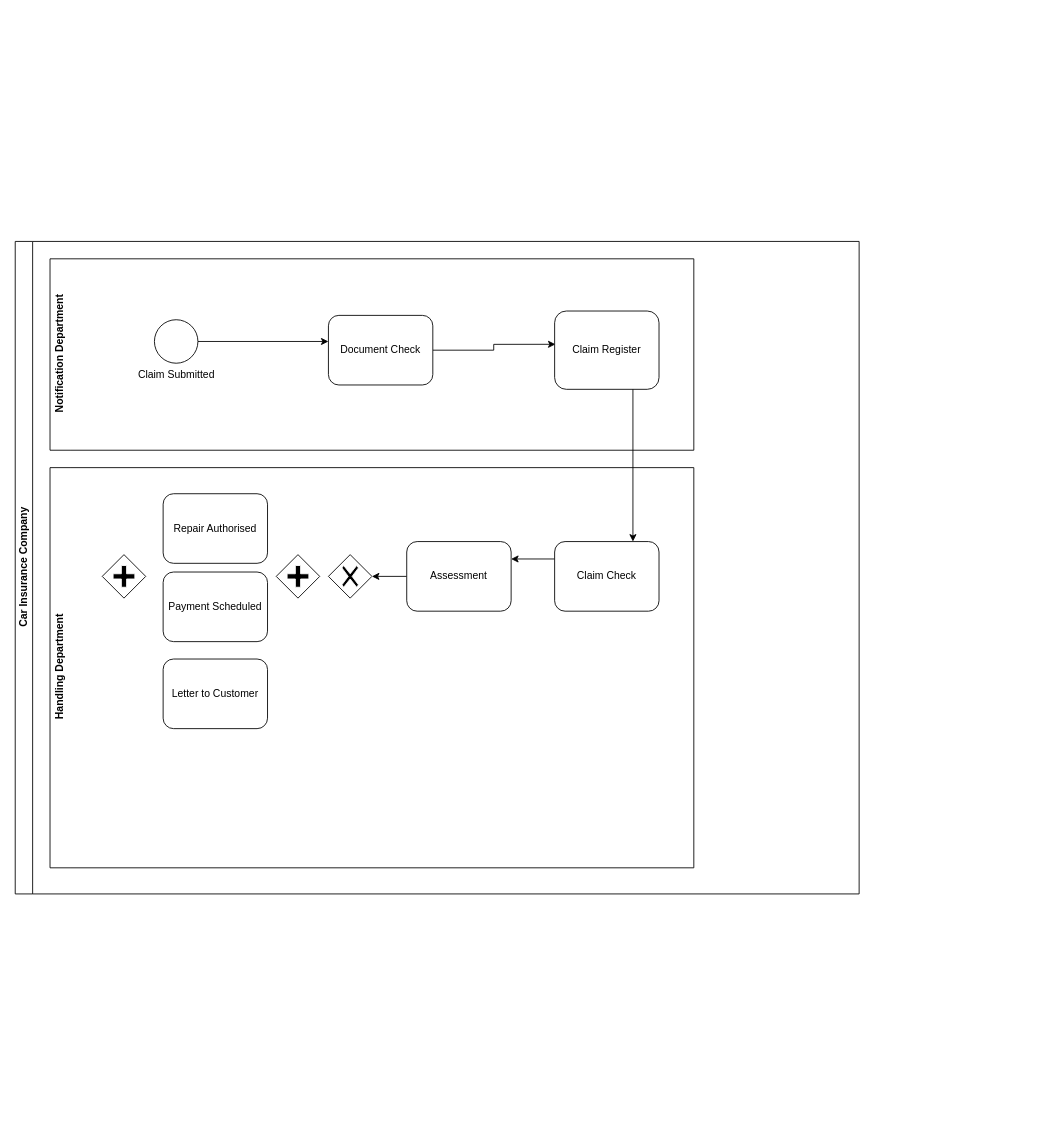
This is page "My Answer" (1 of 2) of Case Study: Informations Artefacts.drawio from cynthiawsy/BPMN, a draw.io file, before an edit. Source tidied: cells renumbered, new cells numbered last; positions are measured from the earlier drawing's top-left corner, leaving out a move shared by most shapes. Both pictures are drawn from the tidied source at 87%, with x=0, y=0 at pixel (15, 241).
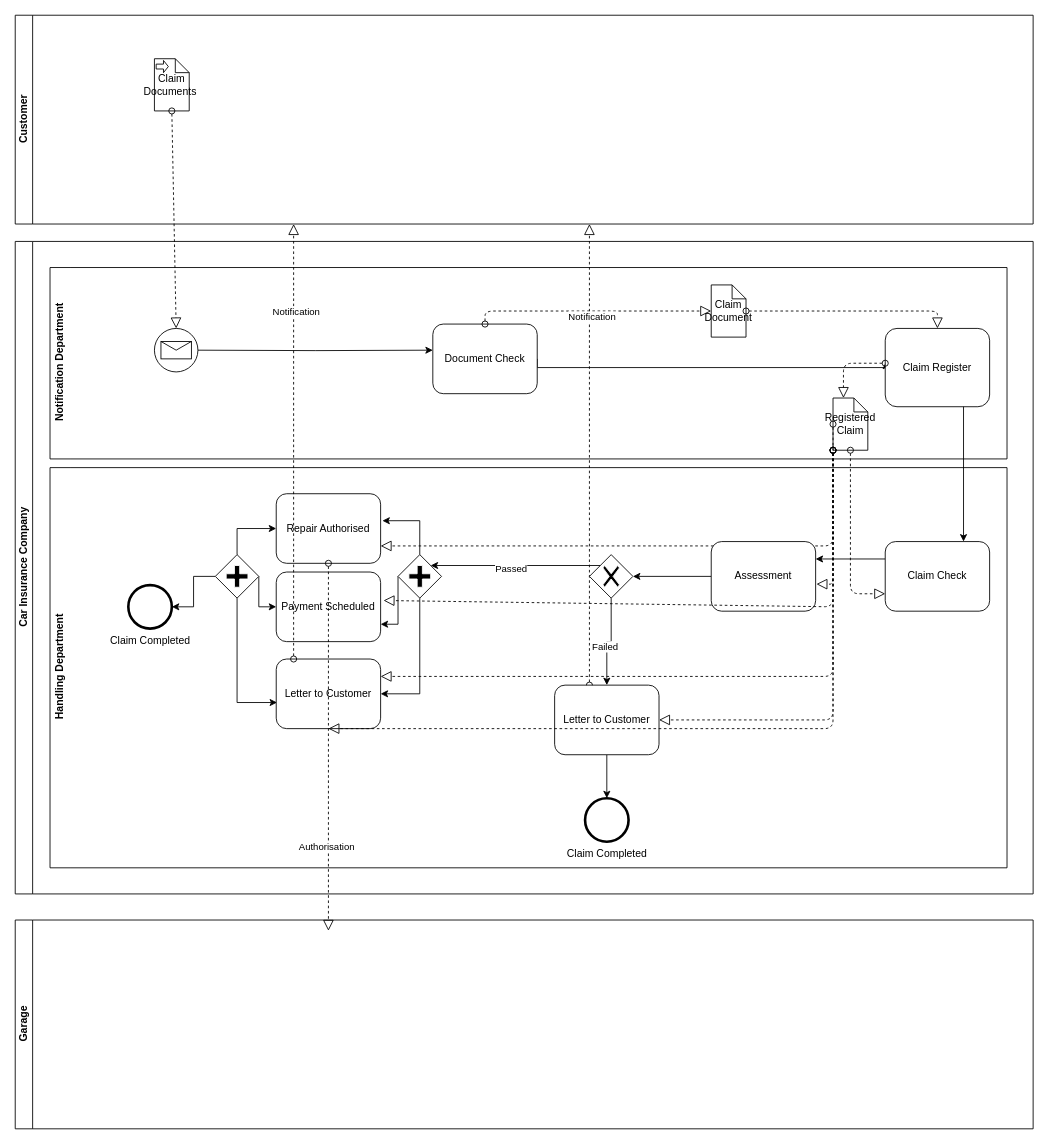
The same diagram, later.

Change to the diagram source:
```diff
@@
     <mxCell id="2" value="Car Insurance Company" style="swimlane;html=1;horizontal=0;startSize=20;" parent="1" vertex="1">
-      <mxGeometry width="970" height="750" as="geometry" />
+      <mxGeometry width="1170" height="750" as="geometry" />
     </mxCell>
     <mxCell id="3" value="Notification Department" style="swimlane;html=1;horizontal=0;swimlaneLine=0;startSize=23;" parent="2" vertex="1">
-      <mxGeometry x="40" y="20" width="740" height="220" as="geometry" />
+      <mxGeometry x="40" y="30" width="1100" height="220" as="geometry" />
     </mxCell>
-    <mxCell id="4" style="edgeStyle=orthogonalEdgeStyle;rounded=0;jettySize=auto;html=1;entryX=0;entryY=0.375;entryDx=0;entryDy=0;entryPerimeter=0;" parent="3" edge="1" source="5" target="7">
-      <mxGeometry relative="1" as="geometry" />
+    <mxCell id="4" style="edgeStyle=orthogonalEdgeStyle;rounded=0;jettySize=auto;html=1;entryX=0;entryY=0.375;entryDx=0;entryDy=0;entryPerimeter=0;" parent="3" edge="1" target="7">
+      <mxGeometry relative="1" as="geometry">
+        <mxPoint x="170" y="95" as="sourcePoint" />
+      </mxGeometry>
     </mxCell>
-    <mxCell id="5" value="Claim Submitted" style="shape=mxgraph.bpmn.shape;html=1;verticalLabelPosition=bottom;labelBackgroundColor=#ffffff;verticalAlign=top;align=center;perimeter=ellipsePerimeter;outlineConnect=0;outline=standard;symbol=general;" parent="3" vertex="1">
-      <mxGeometry x="120" y="70" width="50" height="50" as="geometry" />
-    </mxCell>
     <mxCell id="6" style="edgeStyle=orthogonalEdgeStyle;rounded=0;jettySize=auto;html=1;exitX=1;exitY=0.5;exitDx=0;exitDy=0;entryX=0.008;entryY=0.425;entryDx=0;entryDy=0;entryPerimeter=0;" parent="3" edge="1" source="7" target="8">
-      <mxGeometry relative="1" as="geometry" />
+      <mxGeometry relative="1" as="geometry">
+        <Array as="points">
+          <mxPoint x="560" y="115" />
+          <mxPoint x="961" y="115" />
+        </Array>
+      </mxGeometry>
     </mxCell>
     <mxCell id="7" value="Document Check" style="shape=ext;rounded=1;html=1;whiteSpace=wrap;" parent="3" vertex="1">
-      <mxGeometry x="320" y="65" width="120" height="80" as="geometry" />
+      <mxGeometry x="440" y="65" width="120" height="80" as="geometry" />
     </mxCell>
     <mxCell id="8" value="Claim Register" style="shape=ext;rounded=1;html=1;whiteSpace=wrap;" parent="3" vertex="1">
-      <mxGeometry x="580" y="60" width="120" height="90" as="geometry" />
+      <mxGeometry x="960" y="70" width="120" height="90" as="geometry" />
     </mxCell>
+    <mxCell id="21" style="shape=mxgraph.bpmn.shape;html=1;verticalLabelPosition=bottom;labelBackgroundColor=#ffffff;verticalAlign=top;align=center;perimeter=ellipsePerimeter;outline=standard;symbol=message;" parent="3" vertex="1">
+      <mxGeometry x="120" y="70" width="50" height="50" as="geometry" />
+    </mxCell>
+    <mxCell id="22" value="Claim Document" style="shape=note;whiteSpace=wrap;size=16;html=1;" parent="3" vertex="1">
+      <mxGeometry x="760" y="20" width="40" height="60" as="geometry" />
+    </mxCell>
+    <mxCell id="23" style="startArrow=oval;startFill=0;startSize=7;endArrow=block;endFill=0;endSize=10;dashed=1;html=1;entryX=0.5;entryY=0;entryDx=0;entryDy=0;" parent="3" edge="1" target="8">
+      <mxGeometry relative="1" as="geometry">
+        <mxPoint x="800" y="50" as="sourcePoint" />
+        <Array as="points">
+          <mxPoint x="1020" y="50" />
+        </Array>
+      </mxGeometry>
+    </mxCell>
+    <mxCell id="24" style="startArrow=oval;startFill=0;startSize=7;endArrow=block;endFill=0;endSize=10;dashed=1;html=1;exitX=0.5;exitY=0;exitDx=0;exitDy=0;" parent="3" edge="1" source="7">
+      <mxGeometry relative="1" as="geometry">
+        <mxPoint x="760" y="50" as="targetPoint" />
+        <Array as="points">
+          <mxPoint x="500" y="50" />
+        </Array>
+      </mxGeometry>
+    </mxCell>
+    <mxCell id="25" value="Registered Claim" style="shape=note;whiteSpace=wrap;size=16;html=1;" parent="3" vertex="1">
+      <mxGeometry x="900" y="150" width="40" height="60" as="geometry" />
+    </mxCell>
+    <mxCell id="26" style="startArrow=oval;startFill=0;startSize=7;endArrow=block;endFill=0;endSize=10;dashed=1;html=1;entryX=0;entryY=0;entryDx=12;entryDy=0;entryPerimeter=0;" parent="3" edge="1" target="25">
+      <mxGeometry relative="1" as="geometry">
+        <mxPoint x="960" y="110" as="sourcePoint" />
+        <Array as="points">
+          <mxPoint x="912" y="110" />
+        </Array>
+      </mxGeometry>
+    </mxCell>
+    <mxCell id="27" style="startArrow=oval;startFill=0;startSize=7;endArrow=block;endFill=0;endSize=10;dashed=1;html=1;entryX=1.008;entryY=0.611;entryDx=0;entryDy=0;entryPerimeter=0;" parent="3" edge="1" target="13">
+      <mxGeometry relative="1" as="geometry">
+        <mxPoint x="900" y="210" as="sourcePoint" />
+        <Array as="points">
+          <mxPoint x="900" y="364" />
+        </Array>
+      </mxGeometry>
+    </mxCell>
+    <mxCell id="28" style="startArrow=oval;startFill=0;startSize=7;endArrow=block;endFill=0;endSize=10;dashed=1;html=1;entryX=1;entryY=0.75;entryDx=0;entryDy=0;" parent="3" edge="1" target="15">
+      <mxGeometry relative="1" as="geometry">
+        <mxPoint x="900" y="210" as="sourcePoint" />
+        <Array as="points">
+          <mxPoint x="900" y="320" />
+        </Array>
+      </mxGeometry>
+    </mxCell>
+    <mxCell id="29" style="startArrow=oval;startFill=0;startSize=7;endArrow=block;endFill=0;endSize=10;dashed=1;html=1;" parent="3" edge="1">
+      <mxGeometry relative="1" as="geometry">
+        <mxPoint x="620" y="480" as="sourcePoint" />
+        <mxPoint x="620" y="-50" as="targetPoint" />
+      </mxGeometry>
+    </mxCell>
+    <mxCell id="30" value="Notification" style="edgeLabel;html=1;align=center;verticalAlign=middle;" parent="29" vertex="1">
+      <mxGeometry x="0.6" y="-2" relative="1" as="geometry" />
+    </mxCell>
     <mxCell id="9" value="Handling Department" style="swimlane;html=1;horizontal=0;swimlaneLine=0;" parent="2" vertex="1">
-      <mxGeometry x="40" y="260" width="740" height="460" as="geometry" />
+      <mxGeometry x="40" y="260" width="1100" height="460" as="geometry" />
     </mxCell>
@@
     <mxCell id="11" value="Claim Check" style="shape=ext;rounded=1;html=1;whiteSpace=wrap;" parent="9" vertex="1">
-      <mxGeometry x="580" y="85" width="120" height="80" as="geometry" />
+      <mxGeometry x="960" y="85" width="120" height="80" as="geometry" />
     </mxCell>
@@
     <mxCell id="13" value="Assessment" style="shape=ext;rounded=1;html=1;whiteSpace=wrap;" parent="9" vertex="1">
-      <mxGeometry x="410" y="85" width="120" height="80" as="geometry" />
+      <mxGeometry x="760" y="85" width="120" height="80" as="geometry" />
     </mxCell>
+    <mxCell id="31" style="edgeStyle=orthogonalEdgeStyle;rounded=0;jettySize=auto;html=1;exitX=0.25;exitY=0.25;exitDx=0;exitDy=0;exitPerimeter=0;entryX=0.75;entryY=0.25;entryDx=0;entryDy=0;entryPerimeter=0;" parent="9" edge="1" source="14" target="18">
+      <mxGeometry relative="1" as="geometry" />
+    </mxCell>
+    <mxCell id="32" value="Passed" style="edgeLabel;html=1;align=center;verticalAlign=middle;" parent="31" vertex="1">
+      <mxGeometry x="0.06" y="3" relative="1" as="geometry" />
+    </mxCell>
     <mxCell id="14" style="shape=mxgraph.bpmn.shape;html=1;verticalLabelPosition=bottom;labelBackgroundColor=#ffffff;verticalAlign=top;align=center;perimeter=rhombusPerimeter;background=gateway;outlineConnect=0;outline=none;symbol=exclusiveGw;" parent="9" vertex="1">
-      <mxGeometry x="320" y="100" width="50" height="50" as="geometry" />
+      <mxGeometry x="620" y="100" width="50" height="50" as="geometry" />
     </mxCell>
     <mxCell id="15" value="Repair Authorised" style="shape=ext;rounded=1;html=1;whiteSpace=wrap;" parent="9" vertex="1">
-      <mxGeometry x="130" y="30" width="120" height="80" as="geometry" />
+      <mxGeometry x="260" y="30" width="120" height="80" as="geometry" />
     </mxCell>
     <mxCell id="16" value="Payment Scheduled" style="shape=ext;rounded=1;html=1;whiteSpace=wrap;" parent="9" vertex="1">
-      <mxGeometry x="130" y="120" width="120" height="80" as="geometry" />
+      <mxGeometry x="260" y="120" width="120" height="80" as="geometry" />
     </mxCell>
+    <mxCell id="33" style="edgeStyle=orthogonalEdgeStyle;rounded=0;jettySize=auto;html=1;exitX=0.5;exitY=1;exitDx=0;exitDy=0;entryX=0.008;entryY=0.625;entryDx=0;entryDy=0;entryPerimeter=0;" parent="9" edge="1" source="17" target="19">
+      <mxGeometry relative="1" as="geometry" />
+    </mxCell>
+    <mxCell id="34" style="edgeStyle=orthogonalEdgeStyle;rounded=0;jettySize=auto;html=1;exitX=1;exitY=0.5;exitDx=0;exitDy=0;entryX=0;entryY=0.5;entryDx=0;entryDy=0;" parent="9" edge="1" source="17" target="16">
+      <mxGeometry relative="1" as="geometry">
+        <Array as="points">
+          <mxPoint x="240" y="160" />
+        </Array>
+      </mxGeometry>
+    </mxCell>
+    <mxCell id="35" style="edgeStyle=orthogonalEdgeStyle;rounded=0;jettySize=auto;html=1;exitX=0.5;exitY=0;exitDx=0;exitDy=0;" parent="9" edge="1" source="17" target="15">
+      <mxGeometry relative="1" as="geometry" />
+    </mxCell>
+    <mxCell id="36" style="edgeStyle=orthogonalEdgeStyle;rounded=0;jettySize=auto;html=1;exitX=0;exitY=0.5;exitDx=0;exitDy=0;entryX=1;entryY=0.5;entryDx=0;entryDy=0;" parent="9" edge="1" source="17" target="43">
+      <mxGeometry relative="1" as="geometry" />
+    </mxCell>
     <mxCell id="17" style="shape=mxgraph.bpmn.shape;html=1;verticalLabelPosition=bottom;labelBackgroundColor=#ffffff;verticalAlign=top;align=center;perimeter=rhombusPerimeter;background=gateway;outlineConnect=0;outline=none;symbol=parallelGw;" parent="9" vertex="1">
-      <mxGeometry x="60" y="100" width="50" height="50" as="geometry" />
+      <mxGeometry x="190" y="100" width="50" height="50" as="geometry" />
     </mxCell>
+    <mxCell id="37" style="edgeStyle=orthogonalEdgeStyle;rounded=0;jettySize=auto;html=1;exitX=0.5;exitY=0;exitDx=0;exitDy=0;entryX=1.017;entryY=0.388;entryDx=0;entryDy=0;entryPerimeter=0;" parent="9" edge="1" source="18" target="15">
+      <mxGeometry relative="1" as="geometry" />
+    </mxCell>
+    <mxCell id="38" style="edgeStyle=orthogonalEdgeStyle;rounded=0;jettySize=auto;html=1;exitX=0;exitY=0.5;exitDx=0;exitDy=0;entryX=1;entryY=0.75;entryDx=0;entryDy=0;" parent="9" edge="1" source="18" target="16">
+      <mxGeometry relative="1" as="geometry">
+        <Array as="points">
+          <mxPoint x="400" y="180" />
+        </Array>
+      </mxGeometry>
+    </mxCell>
+    <mxCell id="39" style="edgeStyle=orthogonalEdgeStyle;rounded=0;jettySize=auto;html=1;exitX=0.5;exitY=1;exitDx=0;exitDy=0;entryX=1;entryY=0.5;entryDx=0;entryDy=0;" parent="9" edge="1" source="18" target="19">
+      <mxGeometry relative="1" as="geometry" />
+    </mxCell>
     <mxCell id="18" style="shape=mxgraph.bpmn.shape;html=1;verticalLabelPosition=bottom;labelBackgroundColor=#ffffff;verticalAlign=top;align=center;perimeter=rhombusPerimeter;background=gateway;outlineConnect=0;outline=none;symbol=parallelGw;" parent="9" vertex="1">
-      <mxGeometry x="260" y="100" width="50" height="50" as="geometry" />
+      <mxGeometry x="400" y="100" width="50" height="50" as="geometry" />
     </mxCell>
     <mxCell id="19" value="Letter to Customer" style="shape=ext;rounded=1;html=1;whiteSpace=wrap;" parent="9" vertex="1">
-      <mxGeometry x="130" y="220" width="120" height="80" as="geometry" />
+      <mxGeometry x="260" y="220" width="120" height="80" as="geometry" />
     </mxCell>
+    <mxCell id="40" style="edgeStyle=orthogonalEdgeStyle;rounded=0;jettySize=auto;html=1;exitX=0.5;exitY=1;exitDx=0;exitDy=0;entryX=0.5;entryY=0;entryDx=0;entryDy=0;" parent="9" edge="1" source="41" target="42">
+      <mxGeometry relative="1" as="geometry" />
+    </mxCell>
+    <mxCell id="41" value="Letter to Customer" style="shape=ext;rounded=1;html=1;whiteSpace=wrap;" parent="9" vertex="1">
+      <mxGeometry x="580" y="250" width="120" height="80" as="geometry" />
+    </mxCell>
+    <mxCell id="42" value="Claim Completed&lt;br&gt;" style="shape=mxgraph.bpmn.shape;html=1;verticalLabelPosition=bottom;labelBackgroundColor=#ffffff;verticalAlign=top;align=center;perimeter=ellipsePerimeter;outlineConnect=0;outline=end;symbol=general;" parent="9" vertex="1">
+      <mxGeometry x="615" y="380" width="50" height="50" as="geometry" />
+    </mxCell>
+    <mxCell id="43" value="Claim Completed" style="shape=mxgraph.bpmn.shape;html=1;verticalLabelPosition=bottom;labelBackgroundColor=#ffffff;verticalAlign=top;align=center;perimeter=ellipsePerimeter;outlineConnect=0;outline=end;symbol=general;" parent="9" vertex="1">
+      <mxGeometry x="90" y="135" width="50" height="50" as="geometry" />
+    </mxCell>
+    <mxCell id="44" style="edgeStyle=orthogonalEdgeStyle;rounded=0;jettySize=auto;html=1;exitX=0.5;exitY=1;exitDx=0;exitDy=0;entryX=0.5;entryY=0;entryDx=0;entryDy=0;" parent="9" edge="1" source="14" target="41">
+      <mxGeometry relative="1" as="geometry" />
+    </mxCell>
+    <mxCell id="45" value="Failed" style="edgeLabel;html=1;align=center;verticalAlign=middle;" parent="44" vertex="1">
+      <mxGeometry x="0.15" y="-3" relative="1" as="geometry" />
+    </mxCell>
+    <mxCell id="46" style="startArrow=oval;startFill=0;startSize=7;endArrow=block;endFill=0;endSize=10;dashed=1;html=1;exitX=0.5;exitY=1;exitDx=0;exitDy=0;exitPerimeter=0;entryX=1;entryY=0.5;entryDx=0;entryDy=0;" parent="9" edge="1" target="41">
+      <mxGeometry relative="1" as="geometry">
+        <mxPoint x="900" y="-20" as="sourcePoint" />
+        <Array as="points">
+          <mxPoint x="900" y="290" />
+        </Array>
+      </mxGeometry>
+    </mxCell>
+    <mxCell id="47" style="startArrow=oval;startFill=0;startSize=7;endArrow=block;endFill=0;endSize=10;dashed=1;html=1;" parent="9" edge="1">
+      <mxGeometry relative="1" as="geometry">
+        <mxPoint x="320" y="110" as="sourcePoint" />
+        <mxPoint x="320" y="532.4" as="targetPoint" />
+      </mxGeometry>
+    </mxCell>
+    <mxCell id="48" value="Authorisation" style="edgeLabel;html=1;align=center;verticalAlign=middle;" parent="47" vertex="1">
+      <mxGeometry x="0.54" y="-3" relative="1" as="geometry" />
+    </mxCell>
+    <mxCell id="49" style="startArrow=oval;startFill=0;startSize=7;endArrow=block;endFill=0;endSize=10;dashed=1;html=1;" parent="9" edge="1">
+      <mxGeometry relative="1" as="geometry">
+        <mxPoint x="280" y="220" as="sourcePoint" />
+        <mxPoint x="280" y="-280" as="targetPoint" />
+      </mxGeometry>
+    </mxCell>
+    <mxCell id="50" value="Notification" style="edgeLabel;html=1;align=center;verticalAlign=middle;" parent="49" vertex="1">
+      <mxGeometry x="0.6" y="-2" relative="1" as="geometry" />
+    </mxCell>
@@
+    <mxCell id="51" style="startArrow=oval;startFill=0;startSize=7;endArrow=block;endFill=0;endSize=10;dashed=1;html=1;exitX=0.5;exitY=1;exitDx=0;exitDy=0;exitPerimeter=0;entryX=0;entryY=0.75;entryDx=0;entryDy=0;" parent="2" edge="1" source="25" target="11">
+      <mxGeometry relative="1" as="geometry">
+        <Array as="points">
+          <mxPoint x="960" y="405" />
+        </Array>
+      </mxGeometry>
+    </mxCell>
+    <mxCell id="52" style="startArrow=oval;startFill=0;startSize=7;endArrow=block;endFill=0;endSize=10;dashed=1;html=1;exitX=0;exitY=0.5;exitDx=0;exitDy=0;exitPerimeter=0;entryX=0.5;entryY=1;entryDx=0;entryDy=0;" parent="2" edge="1" source="25" target="19">
+      <mxGeometry relative="1" as="geometry">
+        <Array as="points">
+          <mxPoint x="940" y="560" />
+        </Array>
+      </mxGeometry>
+    </mxCell>
+    <mxCell id="53" style="startArrow=oval;startFill=0;startSize=7;endArrow=block;endFill=0;endSize=10;dashed=1;html=1;entryX=1.028;entryY=0.409;entryDx=0;entryDy=0;entryPerimeter=0;" parent="2" edge="1" target="16">
+      <mxGeometry relative="1" as="geometry">
+        <mxPoint x="940" y="240" as="sourcePoint" />
+        <Array as="points">
+          <mxPoint x="940" y="420" />
+        </Array>
+      </mxGeometry>
+    </mxCell>
+    <mxCell id="54" style="startArrow=oval;startFill=0;startSize=7;endArrow=block;endFill=0;endSize=10;dashed=1;html=1;entryX=1;entryY=0.25;entryDx=0;entryDy=0;" parent="2" edge="1" target="19">
+      <mxGeometry relative="1" as="geometry">
+        <mxPoint x="940" y="240" as="sourcePoint" />
+        <Array as="points">
+          <mxPoint x="940" y="500" />
+        </Array>
+      </mxGeometry>
+    </mxCell>
+    <mxCell id="55" value="Customer" style="swimlane;html=1;horizontal=0;startSize=20;" parent="1" vertex="1">
+      <mxGeometry y="-260" width="1170" height="240" as="geometry" />
+    </mxCell>
+    <mxCell id="56" value="Claim Documents&amp;nbsp;" style="shape=note;whiteSpace=wrap;size=16;html=1;" parent="55" vertex="1">
+      <mxGeometry x="160" y="50" width="40" height="60" as="geometry" />
+    </mxCell>
+    <mxCell id="57" style="html=1;shape=singleArrow;arrowWidth=0.4;arrowSize=0.4;" parent="56" vertex="1">
+      <mxGeometry width="14" height="14" relative="1" as="geometry">
+        <mxPoint x="2" y="2" as="offset" />
+      </mxGeometry>
+    </mxCell>
+    <mxCell id="58" style="startArrow=oval;startFill=0;startSize=7;endArrow=block;endFill=0;endSize=10;dashed=1;html=1;exitX=0.5;exitY=1;exitDx=0;exitDy=0;exitPerimeter=0;entryX=0.5;entryY=0;entryDx=0;entryDy=0;" parent="1" edge="1" source="56">
+      <mxGeometry relative="1" as="geometry">
+        <mxPoint x="185" y="100" as="targetPoint" />
+      </mxGeometry>
+    </mxCell>
+    <mxCell id="59" value="Garage" style="swimlane;html=1;horizontal=0;startSize=20;" parent="1" vertex="1">
+      <mxGeometry y="780" width="1170" height="240" as="geometry" />
+    </mxCell>
```
